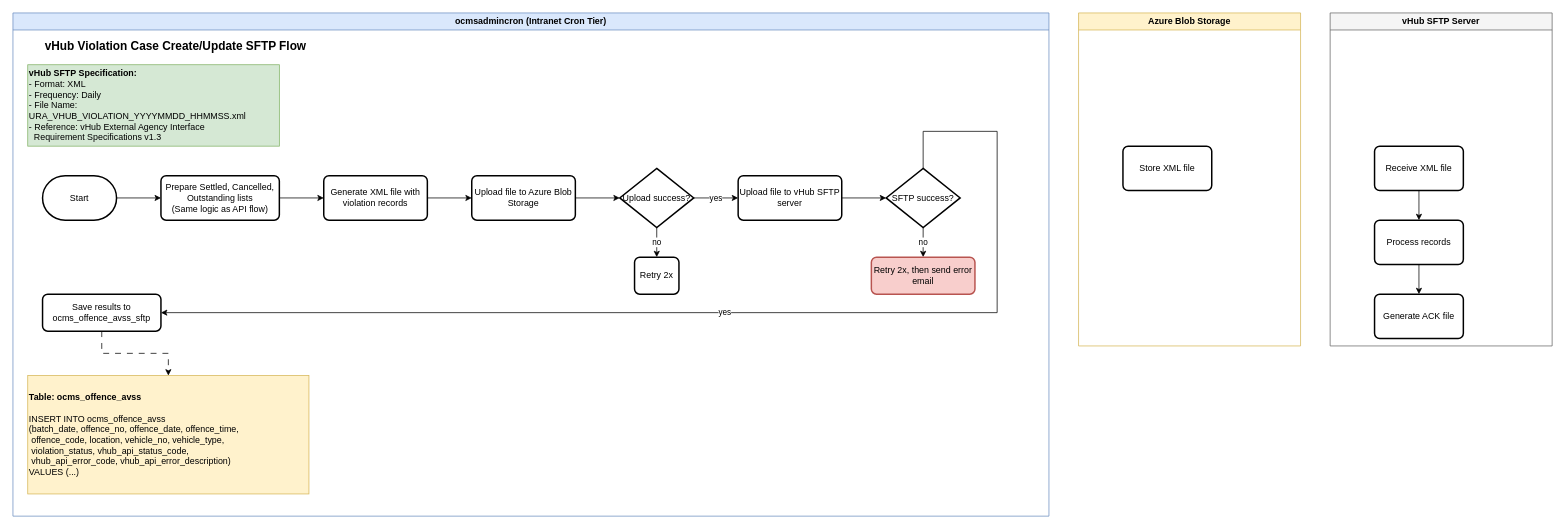
This is page "7_vHub_SFTP_Flow" (7 of 10) of OCMS 14/Section 2/OCMS14-Technical_Flowchart_Section_2.drawio from rafifmgg/techdoc, a draw.io file, before an edit. Source tidied: cells renumbered, new cells numbered last; positions are measured from the earlier drawing's top-left corner, leaving out a move shared by most shapes. Both pictures are drawn from the tidied source at 74%, with x=0, y=0 at pixel (13, 13).
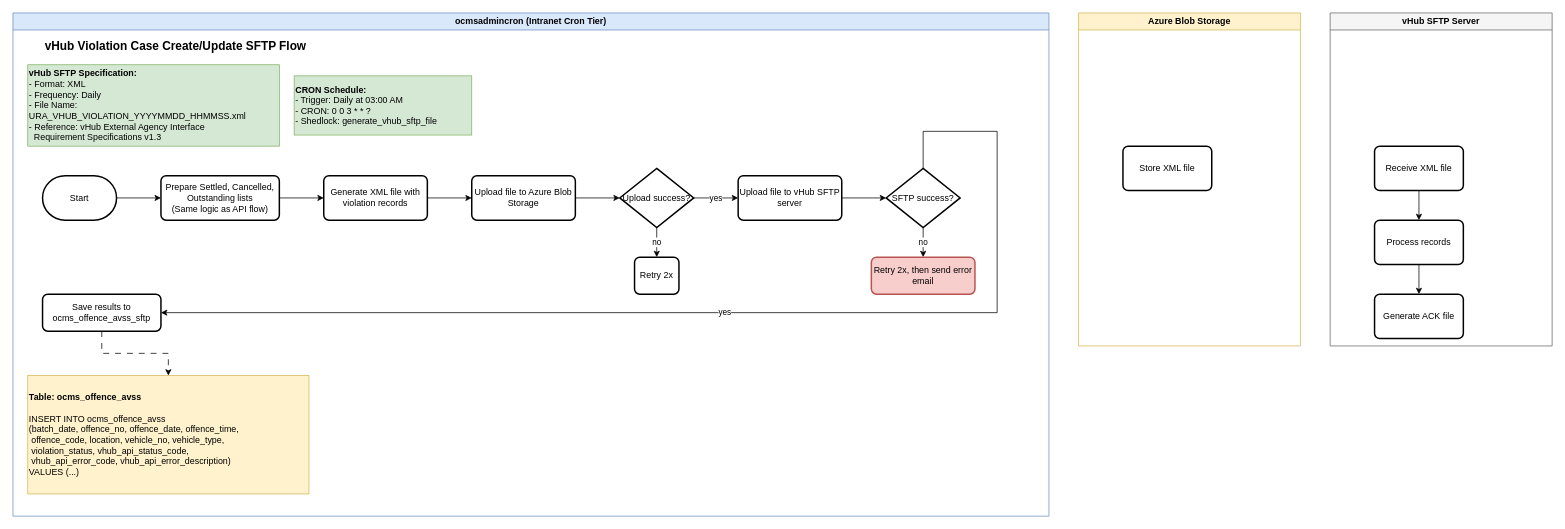
Above is the later version.

Unchanged cells that the change refers to:
```xml
<mxCell id="2" value="ocmsadmincron (Intranet Cron Tier)" style="swimlane;whiteSpace=wrap;html=1;fillColor=#dae8fc;strokeColor=#6c8ebf;" parent="1" vertex="1">
  <mxGeometry width="1400" height="680" as="geometry" />
</mxCell>
```

Change to the diagram source:
```diff
@@
+    <mxCell id="34" value="&lt;b&gt;CRON Schedule:&lt;/b&gt;&lt;div&gt;- Trigger: Daily at 03:00 AM&lt;/div&gt;&lt;div&gt;- CRON: 0 0 3 * * ?&lt;/div&gt;&lt;div&gt;- Shedlock: generate_vhub_sftp_file&lt;/div&gt;" style="rounded=0;whiteSpace=wrap;html=1;align=left;strokeColor=#82b366;fillColor=#d5e8d4;" parent="2" vertex="1">
+      <mxGeometry x="380" y="85" width="240" height="80" as="geometry" />
+    </mxCell>
```
